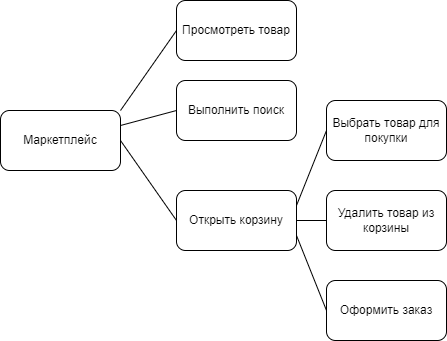
Before: intel_card.png, a diagram exported from draw.io (Involuntar/Test). Source tidied: cells renumbered, new cells last; positions are measured from the earlier drawing's top-left corner, leaving out a move shared by most shapes. Its diagram source:
```xml
<mxGraphModel>
  <root>
    <mxCell id="0" />
    <mxCell id="1" parent="0" />
    <mxCell id="2" value="Маркетплейс" style="rounded=1;whiteSpace=wrap;html=1;" parent="1" vertex="1">
      <mxGeometry y="110" width="120" height="60" as="geometry" />
    </mxCell>
    <mxCell id="3" style="endArrow=none;html=1;rounded=0;exitX=1;exitY=0;exitDx=0;exitDy=0;entryX=0;entryY=0.5;entryDx=0;entryDy=0;" parent="1" edge="1" source="2" target="4">
      <mxGeometry relative="1" as="geometry" />
    </mxCell>
    <mxCell id="4" value="Просмотреть товар" style="rounded=1;whiteSpace=wrap;html=1;" parent="1" vertex="1">
      <mxGeometry x="176" width="120" height="60" as="geometry" />
    </mxCell>
    <mxCell id="5" value="Открыть корзину" style="rounded=1;whiteSpace=wrap;html=1;" parent="1" vertex="1">
      <mxGeometry x="176" y="190" width="120" height="60" as="geometry" />
    </mxCell>
    <mxCell id="6" style="endArrow=none;html=1;rounded=0;exitX=1;exitY=0.5;exitDx=0;exitDy=0;entryX=0;entryY=0.5;entryDx=0;entryDy=0;" parent="1" edge="1" source="2" target="5">
      <mxGeometry relative="1" as="geometry" />
    </mxCell>
    <mxCell id="7" value="Выполнить поиск" style="rounded=1;whiteSpace=wrap;html=1;" parent="1" vertex="1">
      <mxGeometry x="176" y="80" width="120" height="60" as="geometry" />
    </mxCell>
    <mxCell id="8" style="endArrow=none;html=1;rounded=0;exitX=1;exitY=0.25;exitDx=0;exitDy=0;entryX=0;entryY=0.5;entryDx=0;entryDy=0;" parent="1" edge="1" source="2" target="7">
      <mxGeometry relative="1" as="geometry" />
    </mxCell>
    <mxCell id="9" value="Выбрать товар для покупки" style="rounded=1;whiteSpace=wrap;html=1;" parent="1" vertex="1">
      <mxGeometry x="326" y="100" width="120" height="60" as="geometry" />
    </mxCell>
    <mxCell id="10" value="Удалить товар из корзины" style="rounded=1;whiteSpace=wrap;html=1;" parent="1" vertex="1">
      <mxGeometry x="326" y="190" width="120" height="60" as="geometry" />
    </mxCell>
    <mxCell id="11" style="endArrow=none;html=1;rounded=0;entryX=0;entryY=0.5;entryDx=0;entryDy=0;exitX=1;exitY=0.25;exitDx=0;exitDy=0;" parent="1" edge="1" source="5" target="9">
      <mxGeometry relative="1" as="geometry" />
    </mxCell>
    <mxCell id="12" style="endArrow=none;html=1;rounded=0;entryX=0;entryY=0.5;entryDx=0;entryDy=0;exitX=1;exitY=0.5;exitDx=0;exitDy=0;" parent="1" edge="1" source="5" target="10">
      <mxGeometry relative="1" as="geometry" />
    </mxCell>
    <mxCell id="13" value="Оформить заказ" style="rounded=1;whiteSpace=wrap;html=1;" parent="1" vertex="1">
      <mxGeometry x="326" y="280" width="120" height="60" as="geometry" />
    </mxCell>
    <mxCell id="14" style="endArrow=none;html=1;rounded=0;entryX=0;entryY=0.5;entryDx=0;entryDy=0;exitX=1;exitY=0.75;exitDx=0;exitDy=0;" parent="1" edge="1" source="5" target="13">
      <mxGeometry relative="1" as="geometry" />
    </mxCell>
  </root>
</mxGraphModel>
```
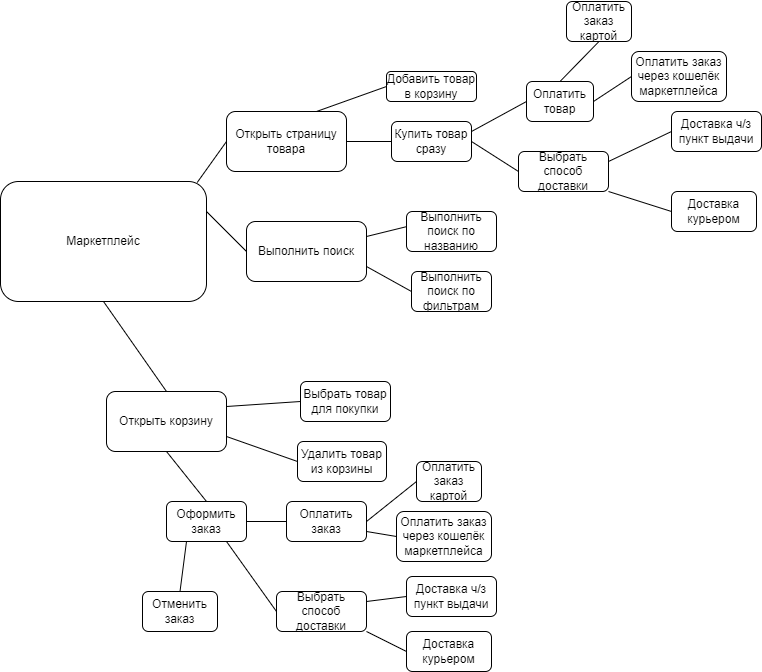
The same diagram one commit later.

The edit, as a diff of the source:
```diff
@@ -3,43 +3,145 @@
     <mxCell id="0" />
     <mxCell id="1" parent="0" />
     <mxCell id="2" value="Маркетплейс" style="rounded=1;whiteSpace=wrap;html=1;" parent="1" vertex="1">
-      <mxGeometry y="110" width="120" height="60" as="geometry" />
+      <mxGeometry x="-120" y="30" width="206" height="120" as="geometry" />
     </mxCell>
-    <mxCell id="3" style="endArrow=none;html=1;rounded=0;exitX=1;exitY=0;exitDx=0;exitDy=0;entryX=0;entryY=0.5;entryDx=0;entryDy=0;" parent="1" edge="1" source="2" target="4">
+    <mxCell id="3" style="endArrow=none;html=1;rounded=0;exitX=0.955;exitY=0.008;exitDx=0;exitDy=0;entryX=0;entryY=0.5;entryDx=0;entryDy=0;exitPerimeter=0;" parent="1" edge="1" source="2" target="4">
       <mxGeometry relative="1" as="geometry" />
     </mxCell>
-    <mxCell id="4" value="Просмотреть товар" style="rounded=1;whiteSpace=wrap;html=1;" parent="1" vertex="1">
-      <mxGeometry x="176" width="120" height="60" as="geometry" />
+    <mxCell id="4" value="Открыть страницу товара" style="rounded=1;whiteSpace=wrap;html=1;" parent="1" vertex="1">
+      <mxGeometry x="106" y="-40" width="120" height="60" as="geometry" />
     </mxCell>
     <mxCell id="5" value="Открыть корзину" style="rounded=1;whiteSpace=wrap;html=1;" parent="1" vertex="1">
-      <mxGeometry x="176" y="190" width="120" height="60" as="geometry" />
+      <mxGeometry x="-14" y="240" width="120" height="60" as="geometry" />
     </mxCell>
-    <mxCell id="6" style="endArrow=none;html=1;rounded=0;exitX=1;exitY=0.5;exitDx=0;exitDy=0;entryX=0;entryY=0.5;entryDx=0;entryDy=0;" parent="1" edge="1" source="2" target="5">
+    <mxCell id="6" style="endArrow=none;html=1;rounded=0;exitX=0.5;exitY=1;exitDx=0;exitDy=0;entryX=0.5;entryY=0;entryDx=0;entryDy=0;" parent="1" edge="1" source="2" target="5">
       <mxGeometry relative="1" as="geometry" />
     </mxCell>
     <mxCell id="7" value="Выполнить поиск" style="rounded=1;whiteSpace=wrap;html=1;" parent="1" vertex="1">
-      <mxGeometry x="176" y="80" width="120" height="60" as="geometry" />
+      <mxGeometry x="126" y="70" width="120" height="60" as="geometry" />
     </mxCell>
     <mxCell id="8" style="endArrow=none;html=1;rounded=0;exitX=1;exitY=0.25;exitDx=0;exitDy=0;entryX=0;entryY=0.5;entryDx=0;entryDy=0;" parent="1" edge="1" source="2" target="7">
       <mxGeometry relative="1" as="geometry" />
     </mxCell>
     <mxCell id="9" value="Выбрать товар для покупки" style="rounded=1;whiteSpace=wrap;html=1;" parent="1" vertex="1">
-      <mxGeometry x="326" y="100" width="120" height="60" as="geometry" />
+      <mxGeometry x="180" y="230" width="90" height="40" as="geometry" />
     </mxCell>
     <mxCell id="10" value="Удалить товар из корзины" style="rounded=1;whiteSpace=wrap;html=1;" parent="1" vertex="1">
-      <mxGeometry x="326" y="190" width="120" height="60" as="geometry" />
+      <mxGeometry x="177" y="290" width="89" height="40" as="geometry" />
     </mxCell>
     <mxCell id="11" style="endArrow=none;html=1;rounded=0;entryX=0;entryY=0.5;entryDx=0;entryDy=0;exitX=1;exitY=0.25;exitDx=0;exitDy=0;" parent="1" edge="1" source="5" target="9">
       <mxGeometry relative="1" as="geometry" />
     </mxCell>
-    <mxCell id="12" style="endArrow=none;html=1;rounded=0;entryX=0;entryY=0.5;entryDx=0;entryDy=0;exitX=1;exitY=0.5;exitDx=0;exitDy=0;" parent="1" edge="1" source="5" target="10">
+    <mxCell id="12" style="endArrow=none;html=1;rounded=0;entryX=0;entryY=0.5;entryDx=0;entryDy=0;exitX=1;exitY=0.75;exitDx=0;exitDy=0;" parent="1" edge="1" source="5" target="10">
       <mxGeometry relative="1" as="geometry" />
     </mxCell>
     <mxCell id="13" value="Оформить заказ" style="rounded=1;whiteSpace=wrap;html=1;" parent="1" vertex="1">
-      <mxGeometry x="326" y="280" width="120" height="60" as="geometry" />
+      <mxGeometry x="46" y="350" width="80" height="40" as="geometry" />
     </mxCell>
-    <mxCell id="14" style="endArrow=none;html=1;rounded=0;entryX=0;entryY=0.5;entryDx=0;entryDy=0;exitX=1;exitY=0.75;exitDx=0;exitDy=0;" parent="1" edge="1" source="5" target="13">
+    <mxCell id="14" style="endArrow=none;html=1;rounded=0;entryX=0.5;entryY=0;entryDx=0;entryDy=0;exitX=0.5;exitY=1;exitDx=0;exitDy=0;" parent="1" edge="1" source="5" target="13">
       <mxGeometry relative="1" as="geometry" />
     </mxCell>
+    <mxCell id="15" value="Добавить товар в корзину" style="rounded=1;whiteSpace=wrap;html=1;" parent="1" vertex="1">
+      <mxGeometry x="266" y="-80" width="90" height="30" as="geometry" />
+    </mxCell>
+    <mxCell id="16" value="Купить товар сразу" style="rounded=1;whiteSpace=wrap;html=1;" parent="1" vertex="1">
+      <mxGeometry x="271" y="-30" width="80" height="40" as="geometry" />
+    </mxCell>
+    <mxCell id="17" style="endArrow=none;html=1;rounded=0;entryX=0;entryY=0.5;entryDx=0;entryDy=0;exitX=0.75;exitY=0;exitDx=0;exitDy=0;" parent="1" edge="1" source="4" target="15">
+      <mxGeometry relative="1" as="geometry" />
+    </mxCell>
+    <mxCell id="18" style="endArrow=none;html=1;rounded=0;entryX=0;entryY=0.5;entryDx=0;entryDy=0;exitX=1;exitY=0.5;exitDx=0;exitDy=0;" parent="1" edge="1" source="4" target="16">
+      <mxGeometry relative="1" as="geometry" />
+    </mxCell>
+    <mxCell id="19" value="Выполнить поиск по названию" style="rounded=1;whiteSpace=wrap;html=1;" parent="1" vertex="1">
+      <mxGeometry x="286" y="60" width="90" height="40" as="geometry" />
+    </mxCell>
+    <mxCell id="20" value="Выполнить поиск по фильтрам" style="rounded=1;whiteSpace=wrap;html=1;" parent="1" vertex="1">
+      <mxGeometry x="291" y="120" width="80" height="40" as="geometry" />
+    </mxCell>
+    <mxCell id="21" style="endArrow=none;html=1;rounded=0;entryX=-0.007;entryY=0.383;entryDx=0;entryDy=0;entryPerimeter=0;exitX=1;exitY=0.25;exitDx=0;exitDy=0;" parent="1" edge="1" source="7" target="19">
+      <mxGeometry relative="1" as="geometry" />
+    </mxCell>
+    <mxCell id="22" style="endArrow=none;html=1;rounded=0;entryX=0;entryY=0.5;entryDx=0;entryDy=0;exitX=1;exitY=0.75;exitDx=0;exitDy=0;" parent="1" edge="1" source="7" target="20">
+      <mxGeometry relative="1" as="geometry" />
+    </mxCell>
+    <mxCell id="23" value="Выбрать способ доставки" style="rounded=1;whiteSpace=wrap;html=1;" parent="1" vertex="1">
+      <mxGeometry x="156" y="440" width="90" height="40" as="geometry" />
+    </mxCell>
+    <mxCell id="24" value="Доставка курьером" style="rounded=1;whiteSpace=wrap;html=1;" parent="1" vertex="1">
+      <mxGeometry x="286" y="480" width="85" height="40" as="geometry" />
+    </mxCell>
+    <mxCell id="25" value="Доставка ч/з пункт выдачи" style="rounded=1;whiteSpace=wrap;html=1;" parent="1" vertex="1">
+      <mxGeometry x="286" y="425" width="90" height="40" as="geometry" />
+    </mxCell>
+    <mxCell id="26" style="endArrow=none;html=1;rounded=0;entryX=0.75;entryY=1;entryDx=0;entryDy=0;exitX=0;exitY=0.5;exitDx=0;exitDy=0;" parent="1" edge="1" source="23" target="13">
+      <mxGeometry relative="1" as="geometry" />
+    </mxCell>
+    <mxCell id="27" style="endArrow=none;html=1;rounded=0;entryX=1;entryY=1;entryDx=0;entryDy=0;exitX=0;exitY=0.5;exitDx=0;exitDy=0;" parent="1" edge="1" source="24" target="23">
+      <mxGeometry relative="1" as="geometry" />
+    </mxCell>
+    <mxCell id="28" style="endArrow=none;html=1;rounded=0;entryX=1;entryY=0.25;entryDx=0;entryDy=0;exitX=0;exitY=0.5;exitDx=0;exitDy=0;" parent="1" edge="1" source="25" target="23">
+      <mxGeometry relative="1" as="geometry" />
+    </mxCell>
+    <mxCell id="29" value="Отменить заказ" style="rounded=1;whiteSpace=wrap;html=1;" parent="1" vertex="1">
+      <mxGeometry x="22" y="440" width="75" height="40" as="geometry" />
+    </mxCell>
+    <mxCell id="30" style="endArrow=none;html=1;rounded=0;entryX=0.25;entryY=1;entryDx=0;entryDy=0;exitX=0.5;exitY=0;exitDx=0;exitDy=0;" parent="1" edge="1" source="29" target="13">
+      <mxGeometry relative="1" as="geometry" />
+    </mxCell>
+    <mxCell id="31" value="Выбрать способ доставки" style="rounded=1;whiteSpace=wrap;html=1;" parent="1" vertex="1">
+      <mxGeometry x="398" width="90" height="40" as="geometry" />
+    </mxCell>
+    <mxCell id="32" value="Доставка курьером" style="rounded=1;whiteSpace=wrap;html=1;" parent="1" vertex="1">
+      <mxGeometry x="551" y="40" width="85" height="40" as="geometry" />
+    </mxCell>
+    <mxCell id="33" value="Доставка ч/з пункт выдачи" style="rounded=1;whiteSpace=wrap;html=1;" parent="1" vertex="1">
+      <mxGeometry x="551" y="-40" width="90" height="40" as="geometry" />
+    </mxCell>
+    <mxCell id="34" style="endArrow=none;html=1;rounded=0;entryX=1;entryY=1;entryDx=0;entryDy=0;exitX=0;exitY=0.5;exitDx=0;exitDy=0;" parent="1" edge="1" source="32" target="31">
+      <mxGeometry relative="1" as="geometry" />
+    </mxCell>
+    <mxCell id="35" style="endArrow=none;html=1;rounded=0;entryX=1;entryY=0.25;entryDx=0;entryDy=0;exitX=0;exitY=0.5;exitDx=0;exitDy=0;" parent="1" edge="1" source="33" target="31">
+      <mxGeometry relative="1" as="geometry" />
+    </mxCell>
+    <mxCell id="36" style="endArrow=none;html=1;rounded=0;entryX=0;entryY=0.5;entryDx=0;entryDy=0;exitX=1;exitY=0.5;exitDx=0;exitDy=0;" parent="1" edge="1" source="16" target="31">
+      <mxGeometry relative="1" as="geometry" />
+    </mxCell>
+    <mxCell id="37" value="Оплатить заказ" style="rounded=1;whiteSpace=wrap;html=1;" parent="1" vertex="1">
+      <mxGeometry x="166" y="350" width="80" height="40" as="geometry" />
+    </mxCell>
+    <mxCell id="38" style="endArrow=none;html=1;rounded=0;entryX=0;entryY=0.5;entryDx=0;entryDy=0;exitX=1;exitY=0.5;exitDx=0;exitDy=0;" parent="1" edge="1" source="13" target="37">
+      <mxGeometry relative="1" as="geometry" />
+    </mxCell>
+    <mxCell id="39" value="Оплатить товар" style="rounded=1;whiteSpace=wrap;html=1;" parent="1" vertex="1">
+      <mxGeometry x="406" y="-70" width="67" height="40" as="geometry" />
+    </mxCell>
+    <mxCell id="40" style="endArrow=none;html=1;rounded=0;exitX=1;exitY=0.25;exitDx=0;exitDy=0;entryX=0;entryY=0.5;entryDx=0;entryDy=0;" parent="1" edge="1" source="16" target="39">
+      <mxGeometry relative="1" as="geometry" />
+    </mxCell>
+    <mxCell id="41" value="Оплатить заказ картой" style="rounded=1;whiteSpace=wrap;html=1;" parent="1" vertex="1">
+      <mxGeometry x="296" y="310" width="65" height="40" as="geometry" />
+    </mxCell>
+    <mxCell id="42" value="Оплатить заказ через кошелёк маркетплейса" style="rounded=1;whiteSpace=wrap;html=1;" parent="1" vertex="1">
+      <mxGeometry x="276" y="360" width="95" height="50" as="geometry" />
+    </mxCell>
+    <mxCell id="43" style="endArrow=none;html=1;rounded=0;entryX=0;entryY=0.5;entryDx=0;entryDy=0;exitX=1;exitY=0.75;exitDx=0;exitDy=0;" parent="1" edge="1" source="37" target="42">
+      <mxGeometry relative="1" as="geometry" />
+    </mxCell>
+    <mxCell id="44" style="endArrow=none;html=1;rounded=0;entryX=0;entryY=0.5;entryDx=0;entryDy=0;exitX=1;exitY=0.5;exitDx=0;exitDy=0;" parent="1" edge="1" source="37" target="41">
+      <mxGeometry relative="1" as="geometry" />
+    </mxCell>
+    <mxCell id="45" value="Оплатить заказ картой" style="rounded=1;whiteSpace=wrap;html=1;" parent="1" vertex="1">
+      <mxGeometry x="446" y="-150" width="65" height="40" as="geometry" />
+    </mxCell>
+    <mxCell id="46" value="Оплатить заказ через кошелёк маркетплейса" style="rounded=1;whiteSpace=wrap;html=1;" parent="1" vertex="1">
+      <mxGeometry x="511" y="-100" width="95" height="50" as="geometry" />
+    </mxCell>
+    <mxCell id="47" style="endArrow=none;html=1;rounded=0;entryX=0.5;entryY=1;entryDx=0;entryDy=0;exitX=0.5;exitY=0;exitDx=0;exitDy=0;" parent="1" edge="1" source="39" target="45">
+      <mxGeometry relative="1" as="geometry" />
+    </mxCell>
+    <mxCell id="48" style="endArrow=none;html=1;rounded=0;entryX=0;entryY=0.5;entryDx=0;entryDy=0;exitX=1;exitY=0.5;exitDx=0;exitDy=0;" parent="1" edge="1" source="39" target="46">
+      <mxGeometry relative="1" as="geometry" />
+    </mxCell>
   </root>
 </mxGraphModel>
```
